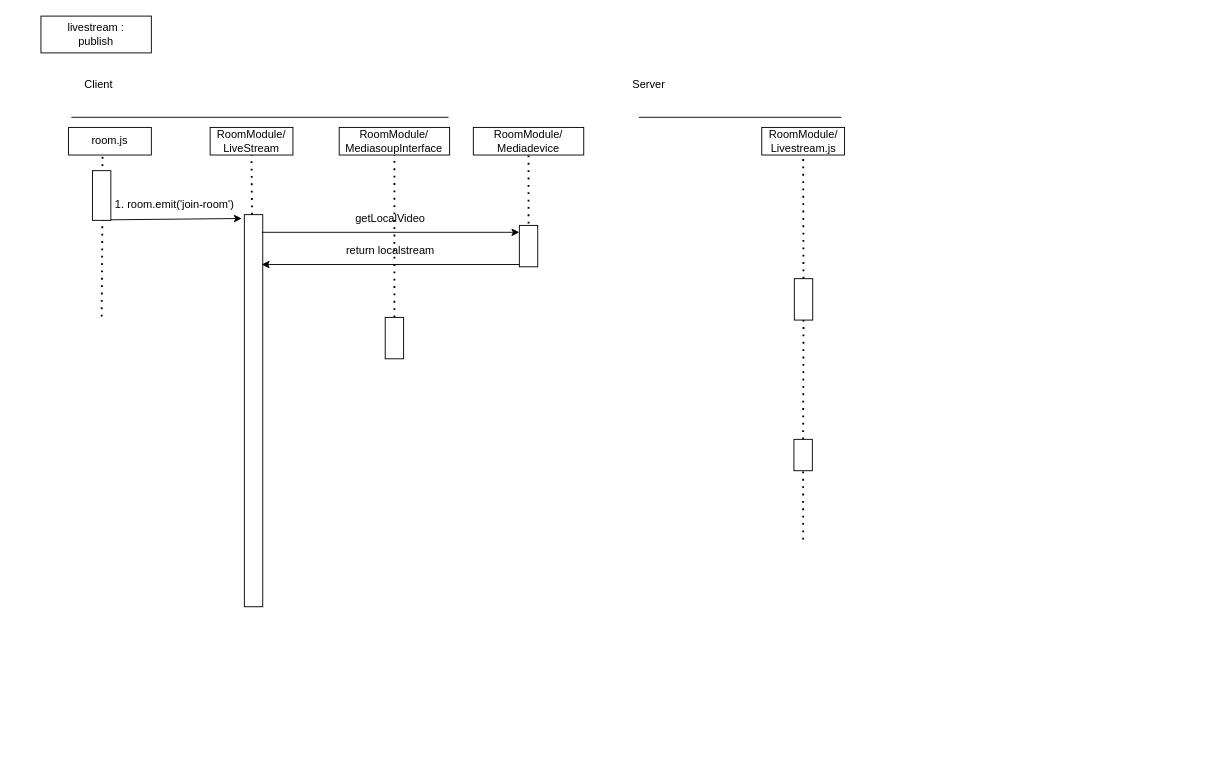
doremi31618/Assets keeps this draw.io diagram as classroom-ultra-uml/sequence-diagram/Livestream-publish.drawio. Above is the earlier version. Source tidied: cells renumbered, new cells numbered last; positions are measured from the earlier drawing's top-left corner, leaving out a move shared by most shapes. Both pictures are drawn from the tidied source at 92%, with x=0, y=0 at pixel (40, 16).
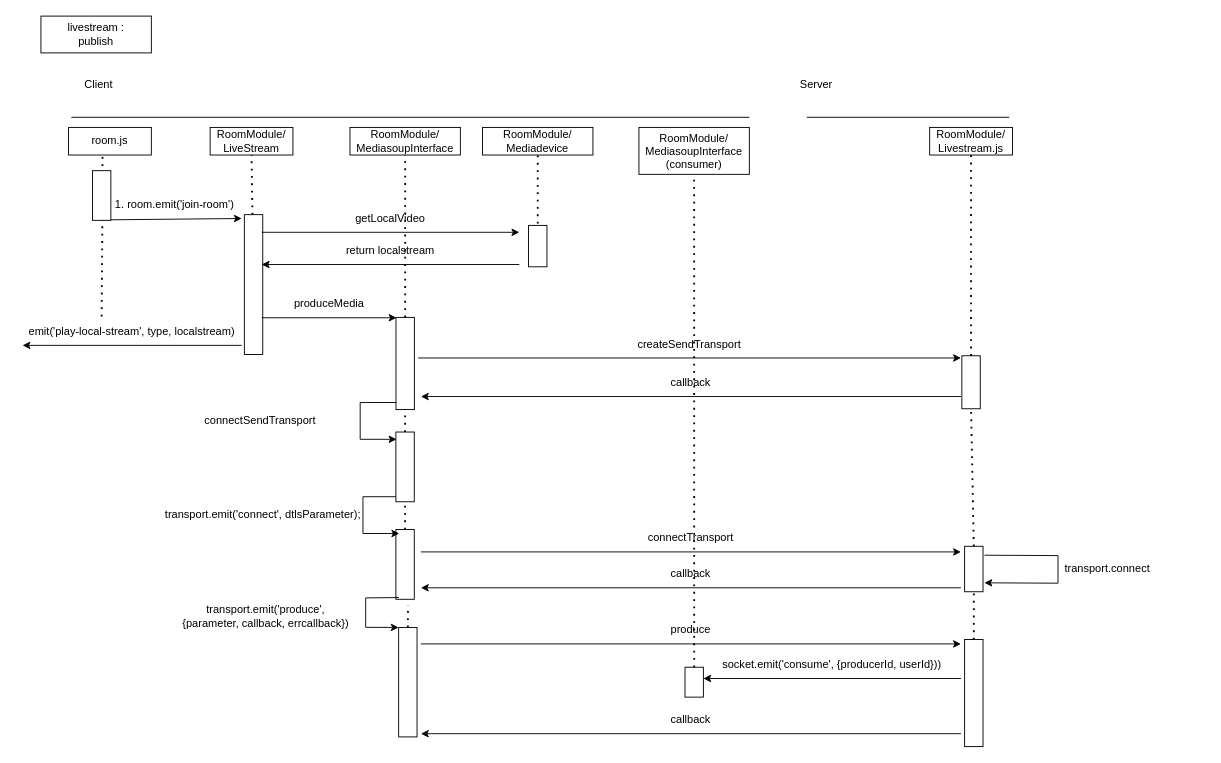
After the change.

Diff of the diagram source:
```diff
@@
+    <mxCell id="33" value="transport.emit('connect', dtlsParameter);" style="text;strokeColor=none;align=center;fillColor=none;html=1;verticalAlign=middle;whiteSpace=wrap;rounded=0;" parent="1" vertex="1">
+      <mxGeometry x="93" y="522.4" width="296.5" height="40" as="geometry" />
+    </mxCell>
@@
     <mxCell id="5" value="RoomModule/&lt;br&gt;Livestream.js" style="rounded=0;whiteSpace=wrap;html=1;" parent="1" vertex="1">
-      <mxGeometry x="783.5" y="121" width="90" height="30" as="geometry" />
+      <mxGeometry x="966" y="121" width="90" height="30" as="geometry" />
     </mxCell>
@@
-    <mxCell id="7" style="endArrow=none;dashed=1;html=1;dashPattern=1 3;strokeWidth=2;rounded=0;entryX=0.5;entryY=1;entryDx=0;entryDy=0;startArrow=none;" parent="1" edge="1" source="20" target="5">
-      <mxGeometry relative="1" as="geometry" />
-    </mxCell>
     <mxCell id="8" style="endArrow=none;html=1;rounded=0;" parent="1" edge="1">
       <mxGeometry relative="1" as="geometry">
         <mxPoint x="33" y="110" as="sourcePoint" />
-        <mxPoint x="443" y="110" as="targetPoint" />
+        <mxPoint x="770" y="110" as="targetPoint" />
       </mxGeometry>
     </mxCell>
     <mxCell id="9" style="endArrow=none;html=1;rounded=0;" parent="1" edge="1">
       <mxGeometry relative="1" as="geometry">
-        <mxPoint x="650" y="110" as="sourcePoint" />
-        <mxPoint x="870" y="110" as="targetPoint" />
+        <mxPoint x="832.5" y="110" as="sourcePoint" />
+        <mxPoint x="1052.5" y="110" as="targetPoint" />
       </mxGeometry>
     </mxCell>
@@
     <mxCell id="11" value="Server" style="text;strokeColor=none;align=center;fillColor=none;html=1;verticalAlign=middle;whiteSpace=wrap;rounded=0;" parent="1" vertex="1">
-      <mxGeometry x="630.5" y="60" width="60" height="30" as="geometry" />
+      <mxGeometry x="813" y="60" width="60" height="30" as="geometry" />
     </mxCell>
@@
     <mxCell id="15" style="rounded=0;whiteSpace=wrap;html=1;rotation=90;" parent="1" vertex="1">
-      <mxGeometry x="18" y="418.9" width="426.2" height="20" as="geometry" />
+      <mxGeometry x="155.1" y="281.8" width="152" height="20" as="geometry" />
     </mxCell>
@@
     <mxCell id="18" value="RoomModule/&lt;br&gt;Mediadevice" style="rounded=0;whiteSpace=wrap;html=1;" parent="1" vertex="1">
-      <mxGeometry x="470" y="121" width="120" height="30" as="geometry" />
+      <mxGeometry x="480" y="121" width="120" height="30" as="geometry" />
     </mxCell>
     <mxCell id="19" style="endArrow=none;dashed=1;html=1;dashPattern=1 3;strokeWidth=2;rounded=0;entryX=0.5;entryY=1;entryDx=0;entryDy=0;startArrow=none;" parent="1" edge="1" target="18">
       <mxGeometry relative="1" as="geometry">
-        <mxPoint x="530" y="225.5" as="sourcePoint" />
+        <mxPoint x="540" y="225.5" as="sourcePoint" />
       </mxGeometry>
     </mxCell>
-    <mxCell id="20" style="rounded=0;whiteSpace=wrap;html=1;rotation=90;spacing=4;" parent="1" vertex="1">
-      <mxGeometry x="806.4" y="297.9" width="45" height="20" as="geometry" />
-    </mxCell>
-    <mxCell id="21" style="endArrow=none;dashed=1;html=1;dashPattern=1 3;strokeWidth=2;rounded=0;entryX=1;entryY=0.5;entryDx=0;entryDy=0;exitX=0;exitY=0.5;exitDx=0;exitDy=0;startArrow=none;" parent="1" edge="1" source="22" target="20">
-      <mxGeometry relative="1" as="geometry" />
-    </mxCell>
     <mxCell id="22" style="rounded=0;whiteSpace=wrap;html=1;rotation=90;" parent="1" vertex="1">
-      <mxGeometry x="811.4" y="467.1" width="34.1" height="20" as="geometry" />
+      <mxGeometry x="982.2" y="388" width="57.6" height="20" as="geometry" />
     </mxCell>
@@
-    <mxCell id="24" style="endArrow=none;dashed=1;html=1;dashPattern=1 3;strokeWidth=2;rounded=0;entryX=1;entryY=0.5;entryDx=0;entryDy=0;exitX=0;exitY=0.5;exitDx=0;exitDy=0;" parent="1" edge="1" target="22">
-      <mxGeometry relative="1" as="geometry">
-        <mxPoint x="828.5" y="569" as="sourcePoint" />
-      </mxGeometry>
-    </mxCell>
     <mxCell id="25" style="rounded=0;whiteSpace=wrap;html=1;rotation=90;spacing=4;" parent="1" vertex="1">
-      <mxGeometry x="507.5" y="240" width="45" height="20" as="geometry" />
+      <mxGeometry x="517.5" y="240" width="45" height="20" as="geometry" />
     </mxCell>
     <mxCell id="26" value="RoomModule/&lt;br&gt;MediasoupInterface" style="rounded=0;whiteSpace=wrap;html=1;" parent="1" vertex="1">
-      <mxGeometry x="324.2" y="121" width="120" height="30" as="geometry" />
+      <mxGeometry x="335.9" y="121" width="120" height="30" as="geometry" />
     </mxCell>
@@
     <mxCell id="28" style="rounded=0;whiteSpace=wrap;html=1;rotation=90;spacing=4;" parent="1" vertex="1">
-      <mxGeometry x="361.7" y="340" width="45" height="20" as="geometry" />
+      <mxGeometry x="345.8" y="367.6" width="100.2" height="20" as="geometry" />
     </mxCell>
@@
+    <mxCell id="34" value="produceMedia" style="text;strokeColor=none;align=center;fillColor=none;html=1;verticalAlign=middle;whiteSpace=wrap;rounded=0;" parent="1" vertex="1">
+      <mxGeometry x="240" y="297.9" width="146.5" height="30" as="geometry" />
+    </mxCell>
+    <mxCell id="35" style="endArrow=classic;html=1;rounded=0;exitX=0;exitY=1;exitDx=0;exitDy=0;entryX=1;entryY=1;entryDx=0;entryDy=0;" parent="1" edge="1" source="34" target="34">
+      <mxGeometry relative="1" as="geometry" />
+    </mxCell>
+    <mxCell id="36" style="endArrow=classic;html=1;rounded=0;exitX=1;exitY=1;exitDx=0;exitDy=0;entryX=0;entryY=1;entryDx=0;entryDy=0;" parent="1" edge="1" source="37" target="37">
+      <mxGeometry relative="1" as="geometry" />
+    </mxCell>
+    <mxCell id="37" value="emit('play-local-stream', type, localstream)" style="text;strokeColor=none;align=center;fillColor=none;html=1;verticalAlign=middle;whiteSpace=wrap;rounded=0;" parent="1" vertex="1">
+      <mxGeometry x="-20" y="327.9" width="238.2" height="30" as="geometry" />
+    </mxCell>
+    <mxCell id="38" value="createSendTransport" style="text;strokeColor=none;align=center;fillColor=none;html=1;verticalAlign=middle;whiteSpace=wrap;rounded=0;" parent="1" vertex="1">
+      <mxGeometry x="410" y="341.6" width="590" height="30" as="geometry" />
+    </mxCell>
+    <mxCell id="39" style="endArrow=classic;html=1;rounded=0;exitX=0;exitY=1;exitDx=0;exitDy=0;entryX=1;entryY=1;entryDx=0;entryDy=0;" parent="1" edge="1" source="38" target="38">
+      <mxGeometry relative="1" as="geometry" />
+    </mxCell>
+    <mxCell id="40" style="endArrow=classic;html=1;rounded=0;exitX=1;exitY=1;exitDx=0;exitDy=0;entryX=0;entryY=1;entryDx=0;entryDy=0;" parent="1" edge="1" source="41" target="41">
+      <mxGeometry relative="1" as="geometry" />
+    </mxCell>
+    <mxCell id="41" value="callback" style="text;strokeColor=none;align=center;fillColor=none;html=1;verticalAlign=middle;whiteSpace=wrap;rounded=0;" parent="1" vertex="1">
+      <mxGeometry x="413" y="383.5" width="587" height="30" as="geometry" />
+    </mxCell>
+    <mxCell id="42" value="connectTransport" style="text;strokeColor=none;align=center;fillColor=none;html=1;verticalAlign=middle;whiteSpace=wrap;rounded=0;" parent="1" vertex="1">
+      <mxGeometry x="413" y="552.4" width="587" height="30" as="geometry" />
+    </mxCell>
+    <mxCell id="43" style="endArrow=classic;html=1;rounded=0;exitX=0;exitY=1;exitDx=0;exitDy=0;entryX=1;entryY=1;entryDx=0;entryDy=0;" parent="1" edge="1" source="42" target="42">
+      <mxGeometry relative="1" as="geometry" />
+    </mxCell>
+    <mxCell id="44" style="rounded=0;whiteSpace=wrap;html=1;rotation=90;" parent="1" vertex="1">
+      <mxGeometry x="989.3" y="591" width="49.4" height="20" as="geometry" />
+    </mxCell>
+    <mxCell id="45" value="&amp;nbsp; &amp;nbsp; &amp;nbsp; &amp;nbsp; transport.connect" style="text;strokeColor=none;align=center;fillColor=none;html=1;verticalAlign=middle;whiteSpace=wrap;rounded=0;" parent="1" vertex="1">
+      <mxGeometry x="1025.5" y="586" width="240" height="30" as="geometry" />
+    </mxCell>
+    <mxCell id="46" style="endArrow=classic;html=1;rounded=0;exitX=0;exitY=0;exitDx=0;exitDy=0;entryX=0;entryY=1;entryDx=0;entryDy=0;" parent="1" edge="1" source="45" target="45">
+      <mxGeometry relative="1" as="geometry">
+        <Array as="points">
+          <mxPoint x="1105.5" y="586.4" />
+          <mxPoint x="1105.5" y="616.4" />
+        </Array>
+      </mxGeometry>
+    </mxCell>
+    <mxCell id="47" value="callback" style="text;strokeColor=none;align=center;fillColor=none;html=1;verticalAlign=middle;whiteSpace=wrap;rounded=0;" parent="1" vertex="1">
+      <mxGeometry x="413" y="591.4" width="587" height="30" as="geometry" />
+    </mxCell>
+    <mxCell id="48" style="endArrow=classic;html=1;rounded=0;exitX=1;exitY=1;exitDx=0;exitDy=0;entryX=0;entryY=1;entryDx=0;entryDy=0;" parent="1" edge="1" source="47" target="47">
+      <mxGeometry relative="1" as="geometry" />
+    </mxCell>
+    <mxCell id="49" style="rounded=0;whiteSpace=wrap;html=1;rotation=90;spacing=4;" parent="1" vertex="1">
+      <mxGeometry x="357.9" y="586" width="75.8" height="20" as="geometry" />
+    </mxCell>
+    <mxCell id="50" style="endArrow=classic;html=1;rounded=0;exitX=1;exitY=0;exitDx=0;exitDy=0;entryX=1;entryY=1;entryDx=0;entryDy=0;" parent="1" edge="1" source="33" target="33">
+      <mxGeometry relative="1" as="geometry">
+        <Array as="points">
+          <mxPoint x="350" y="522.4" />
+          <mxPoint x="350" y="562.4" />
+        </Array>
+      </mxGeometry>
+    </mxCell>
+    <mxCell id="51" style="rounded=0;whiteSpace=wrap;html=1;rotation=90;spacing=4;" parent="1" vertex="1">
+      <mxGeometry x="339.3" y="714" width="119" height="20" as="geometry" />
+    </mxCell>
+    <mxCell id="52" value="transport.emit('produce',&lt;br&gt;{parameter, callback, errcallback})" style="text;strokeColor=none;align=center;fillColor=none;html=1;verticalAlign=middle;whiteSpace=wrap;rounded=0;" parent="1" vertex="1">
+      <mxGeometry x="96" y="632.4" width="296.5" height="40" as="geometry" />
+    </mxCell>
+    <mxCell id="53" style="endArrow=classic;html=1;rounded=0;entryX=0;entryY=1;entryDx=0;entryDy=0;" parent="1" edge="1" target="51">
+      <mxGeometry relative="1" as="geometry">
+        <mxPoint x="389" y="632" as="sourcePoint" />
+        <Array as="points">
+          <mxPoint x="353" y="632.4" />
+          <mxPoint x="353" y="664.4" />
+        </Array>
+      </mxGeometry>
+    </mxCell>
+    <mxCell id="54" value="produce" style="text;strokeColor=none;align=center;fillColor=none;html=1;verticalAlign=middle;whiteSpace=wrap;rounded=0;" parent="1" vertex="1">
+      <mxGeometry x="413" y="652.4" width="587" height="30" as="geometry" />
+    </mxCell>
+    <mxCell id="55" style="endArrow=classic;html=1;rounded=0;exitX=0;exitY=1;exitDx=0;exitDy=0;entryX=1;entryY=1;entryDx=0;entryDy=0;" parent="1" edge="1" source="54" target="54">
+      <mxGeometry relative="1" as="geometry" />
+    </mxCell>
+    <mxCell id="56" style="rounded=0;whiteSpace=wrap;html=1;rotation=90;" parent="1" vertex="1">
+      <mxGeometry x="955.8" y="725.8" width="116.4" height="20" as="geometry" />
+    </mxCell>
+    <mxCell id="57" style="endArrow=classic;html=1;rounded=0;entryX=0;entryY=1;entryDx=0;entryDy=0;exitX=1;exitY=1;exitDx=0;exitDy=0;" parent="1" edge="1" source="58" target="58">
+      <mxGeometry relative="1" as="geometry" />
+    </mxCell>
+    <mxCell id="58" value="callback" style="text;strokeColor=none;align=center;fillColor=none;html=1;verticalAlign=middle;whiteSpace=wrap;rounded=0;" parent="1" vertex="1">
+      <mxGeometry x="413" y="750" width="587" height="30" as="geometry" />
+    </mxCell>
+    <mxCell id="59" style="rounded=0;whiteSpace=wrap;html=1;rotation=90;spacing=4;" parent="1" vertex="1">
+      <mxGeometry x="357.9" y="480" width="75.8" height="20" as="geometry" />
+    </mxCell>
+    <mxCell id="60" value="connectSendTransport" style="text;strokeColor=none;align=center;fillColor=none;html=1;verticalAlign=middle;whiteSpace=wrap;rounded=0;" parent="1" vertex="1">
+      <mxGeometry x="90" y="420" width="296.5" height="40" as="geometry" />
+    </mxCell>
+    <mxCell id="61" style="endArrow=classic;html=1;rounded=0;exitX=1;exitY=0;exitDx=0;exitDy=0;entryX=1;entryY=1;entryDx=0;entryDy=0;" parent="1" edge="1" source="60" target="60">
+      <mxGeometry relative="1" as="geometry">
+        <Array as="points">
+          <mxPoint x="347" y="420" />
+          <mxPoint x="347" y="460" />
+        </Array>
+      </mxGeometry>
+    </mxCell>
+    <mxCell id="62" style="endArrow=none;dashed=1;html=1;dashPattern=1 3;strokeWidth=2;rounded=0;entryX=1;entryY=0.5;entryDx=0;entryDy=0;exitX=0;exitY=0.5;exitDx=0;exitDy=0;" parent="1" edge="1" source="59" target="28">
+      <mxGeometry relative="1" as="geometry" />
+    </mxCell>
+    <mxCell id="63" style="endArrow=none;dashed=1;html=1;dashPattern=1 3;strokeWidth=2;rounded=0;entryX=1;entryY=0.5;entryDx=0;entryDy=0;exitX=0;exitY=0.5;exitDx=0;exitDy=0;" parent="1" edge="1" source="49" target="59">
+      <mxGeometry relative="1" as="geometry" />
+    </mxCell>
+    <mxCell id="64" style="endArrow=none;dashed=1;html=1;dashPattern=1 3;strokeWidth=2;rounded=0;exitX=0;exitY=0.5;exitDx=0;exitDy=0;" parent="1" edge="1" source="51">
+      <mxGeometry relative="1" as="geometry">
+        <mxPoint x="399" y="640" as="targetPoint" />
+      </mxGeometry>
+    </mxCell>
+    <mxCell id="65" style="endArrow=none;dashed=1;html=1;dashPattern=1 3;strokeWidth=2;rounded=0;entryX=0.5;entryY=1;entryDx=0;entryDy=0;exitX=0;exitY=0.5;exitDx=0;exitDy=0;" parent="1" edge="1" source="22" target="5">
+      <mxGeometry relative="1" as="geometry" />
+    </mxCell>
+    <mxCell id="66" style="endArrow=none;dashed=1;html=1;dashPattern=1 3;strokeWidth=2;rounded=0;entryX=1;entryY=0.5;entryDx=0;entryDy=0;exitX=0;exitY=0.5;exitDx=0;exitDy=0;" parent="1" edge="1" source="44" target="22">
+      <mxGeometry relative="1" as="geometry" />
+    </mxCell>
+    <mxCell id="67" style="endArrow=none;dashed=1;html=1;dashPattern=1 3;strokeWidth=2;rounded=0;entryX=1;entryY=0.5;entryDx=0;entryDy=0;exitX=0;exitY=0.5;exitDx=0;exitDy=0;" parent="1" edge="1" source="56" target="44">
+      <mxGeometry relative="1" as="geometry" />
+    </mxCell>
+    <mxCell id="68" value="RoomModule/&lt;br&gt;MediasoupInterface&lt;br&gt;(consumer)" style="rounded=0;whiteSpace=wrap;html=1;" parent="1" vertex="1">
+      <mxGeometry x="650" y="121" width="120" height="51" as="geometry" />
+    </mxCell>
+    <mxCell id="69" style="rounded=0;whiteSpace=wrap;html=1;rotation=90;spacing=4;" parent="1" vertex="1">
+      <mxGeometry x="693.8" y="714" width="32.5" height="20" as="geometry" />
+    </mxCell>
+    <mxCell id="70" value="socket.emit('consume', {producerId, userId}))" style="text;strokeColor=none;align=center;fillColor=none;html=1;verticalAlign=middle;whiteSpace=wrap;rounded=0;" parent="1" vertex="1">
+      <mxGeometry x="720" y="690" width="280" height="30" as="geometry" />
+    </mxCell>
+    <mxCell id="71" style="endArrow=none;html=1;rounded=0;exitX=0;exitY=1;exitDx=0;exitDy=0;entryX=1;entryY=1;entryDx=0;entryDy=0;startArrow=classic;startFill=1;endFill=0;" parent="1" edge="1" source="70" target="70">
+      <mxGeometry relative="1" as="geometry" />
+    </mxCell>
+    <mxCell id="72" style="endArrow=none;dashed=1;html=1;dashPattern=1 3;strokeWidth=2;rounded=0;entryX=0.5;entryY=1;entryDx=0;entryDy=0;exitX=0;exitY=0.5;exitDx=0;exitDy=0;" parent="1" edge="1" source="69" target="68">
+      <mxGeometry relative="1" as="geometry" />
+    </mxCell>
```
